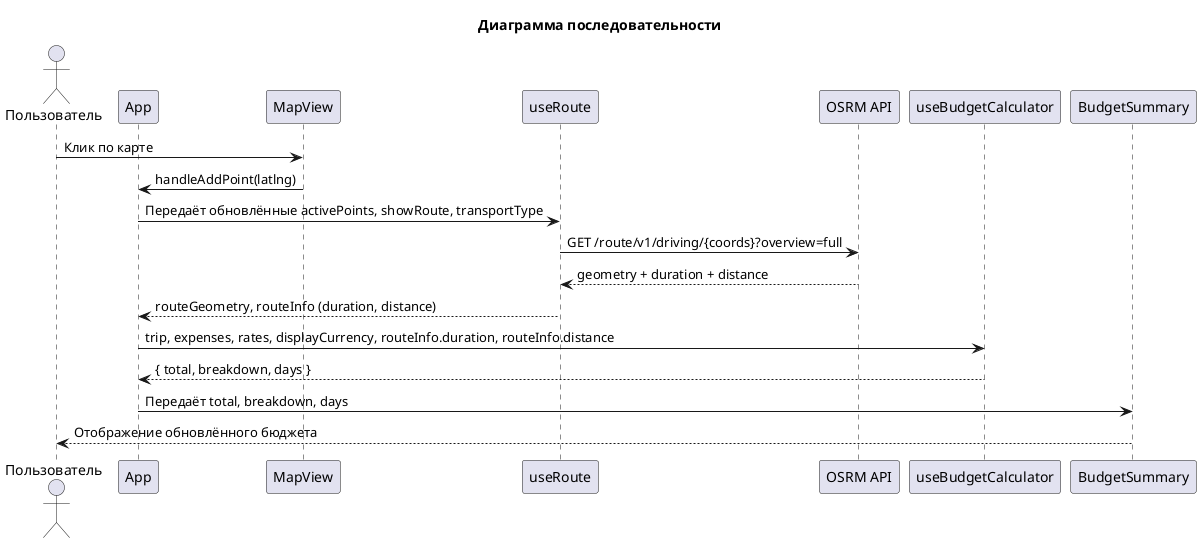
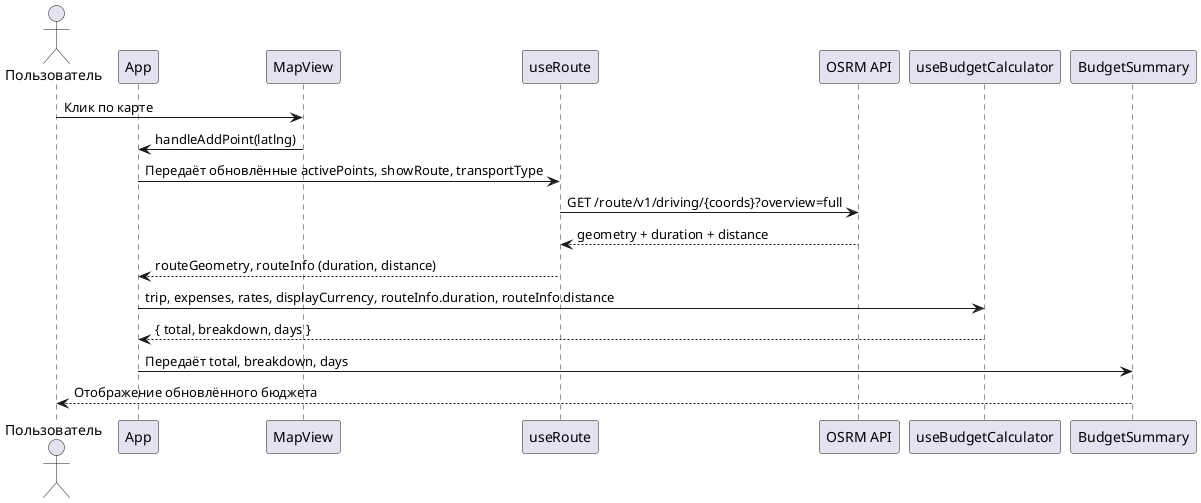
@startuml
- title Диаграмма последовательности
- 
actor Пользователь

participant "App" as App
participant "MapView" as Map
participant "useRoute" as RouteHook
participant "OSRM API" as OSRM
participant "useBudgetCalculator" as BudgetHook
participant "BudgetSummary" as BudgetUI

Пользователь -> Map : Клик по карте
Map -> App : handleAddPoint(latlng)
App -> RouteHook : Передаёт обновлённые activePoints, showRoute, transportType
RouteHook -> OSRM : GET /route/v1/driving/{coords}?overview=full
OSRM --> RouteHook : geometry + duration + distance
RouteHook --> App : routeGeometry, routeInfo (duration, distance)
App -> BudgetHook : trip, expenses, rates, displayCurrency, routeInfo.duration, routeInfo.distance
BudgetHook --> App : { total, breakdown, days }
App -> BudgetUI : Передаёт total, breakdown, days
BudgetUI --> Пользователь : Отображение обновлённого бюджета
@enduml